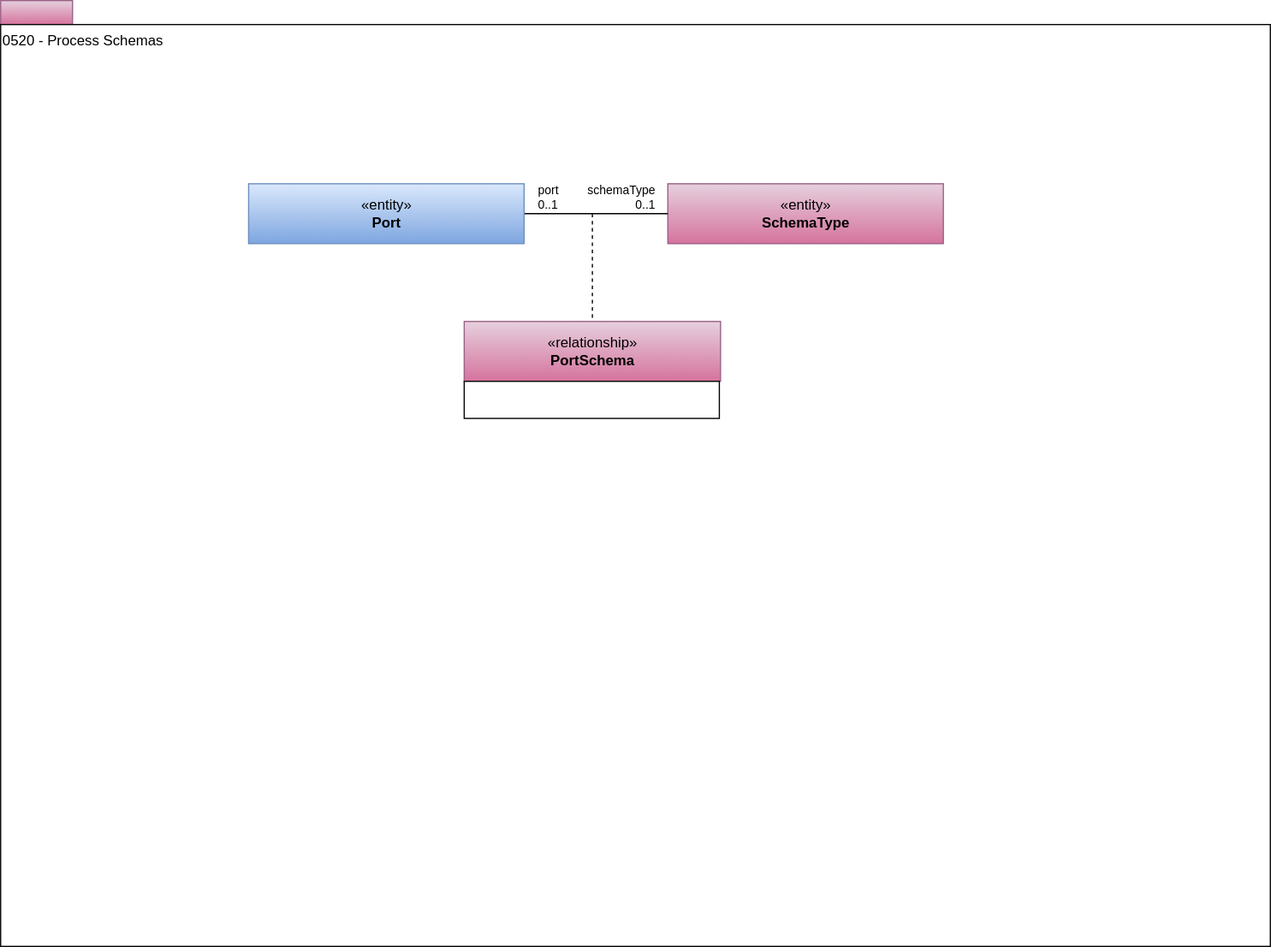
The draw.io diagram site/docs/types/5/0520-Process-Schemas.svg in odpi/egeria-docs, before a commit. Source tidied: cells renumbered, new cells last; positions are measured from the earlier drawing's top-left corner, leaving out a move shared by most shapes. Source of this version:
```xml
<mxGraphModel>
  <root>
    <mxCell id="0" />
    <mxCell id="1" parent="0" />
    <mxCell id="2" style="rounded=0;whiteSpace=wrap;html=1;align=left;fillColor=#e6d0de;strokeColor=#996185;gradientColor=#d5739d;" parent="1" vertex="1">
      <mxGeometry width="60" height="20" as="geometry" />
    </mxCell>
    <mxCell id="3" value="0520 - Process Schemas" style="rounded=0;whiteSpace=wrap;html=1;align=left;verticalAlign=top;" parent="1" vertex="1">
      <mxGeometry y="20" width="1060" height="770" as="geometry" />
    </mxCell>
    <mxCell id="4" value="«entity»&lt;br&gt;&lt;b&gt;SchemaType&lt;/b&gt;" style="html=1;strokeColor=#996185;align=center;fillColor=#e6d0de;gradientColor=#d5739d;" parent="1" vertex="1">
      <mxGeometry x="557" y="153" width="230" height="50" as="geometry" />
    </mxCell>
    <mxCell id="5" value="«relationship»&lt;br&gt;&lt;b&gt;PortSchema&lt;/b&gt;" style="html=1;strokeColor=#996185;align=center;fillColor=#e6d0de;gradientColor=#d5739d;" parent="1" vertex="1">
      <mxGeometry x="387" y="268" width="214" height="50" as="geometry" />
    </mxCell>
    <mxCell id="6" style="endArrow=none;dashed=1;html=1;entryX=0.5;entryY=0;entryDx=0;entryDy=0;" parent="1" edge="1" target="5">
      <mxGeometry relative="1" as="geometry">
        <mxPoint x="494" y="178" as="sourcePoint" />
      </mxGeometry>
    </mxCell>
    <mxCell id="7" value="&lt;div style=&quot;text-align: left&quot;&gt;&lt;br&gt;&lt;/div&gt;" style="rounded=0;whiteSpace=wrap;html=1;strokeColor=#000000;gradientColor=#ffffff;align=left;" parent="1" vertex="1">
      <mxGeometry x="387" y="318" width="213" height="31" as="geometry" />
    </mxCell>
    <mxCell id="8" style="endArrow=none;html=1;edgeStyle=orthogonalEdgeStyle;exitX=1;exitY=0.5;exitDx=0;exitDy=0;entryX=0;entryY=0.5;entryDx=0;entryDy=0;" parent="1" edge="1" source="11" target="4">
      <mxGeometry relative="1" as="geometry" />
    </mxCell>
    <mxCell id="9" value="port&lt;br&gt;0..1" style="html=1;align=left;verticalAlign=bottom;labelBackgroundColor=#ffffff;fontSize=10;" parent="8" vertex="1">
      <mxGeometry x="-1" relative="1" as="geometry">
        <mxPoint x="10" as="offset" />
      </mxGeometry>
    </mxCell>
    <mxCell id="10" value="schemaType&lt;br&gt;0..1" style="html=1;align=right;verticalAlign=bottom;labelBackgroundColor=#ffffff;fontSize=10;" parent="8" vertex="1">
      <mxGeometry x="1" relative="1" as="geometry">
        <mxPoint x="-10" as="offset" />
      </mxGeometry>
    </mxCell>
    <mxCell id="11" value="«entity»&lt;br&gt;&lt;b&gt;Port&lt;/b&gt;" style="html=1;strokeColor=#6c8ebf;align=center;fillColor=#dae8fc;gradientColor=#7ea6e0;" parent="1" vertex="1">
      <mxGeometry x="207" y="153" width="230" height="50" as="geometry" />
    </mxCell>
  </root>
</mxGraphModel>
```
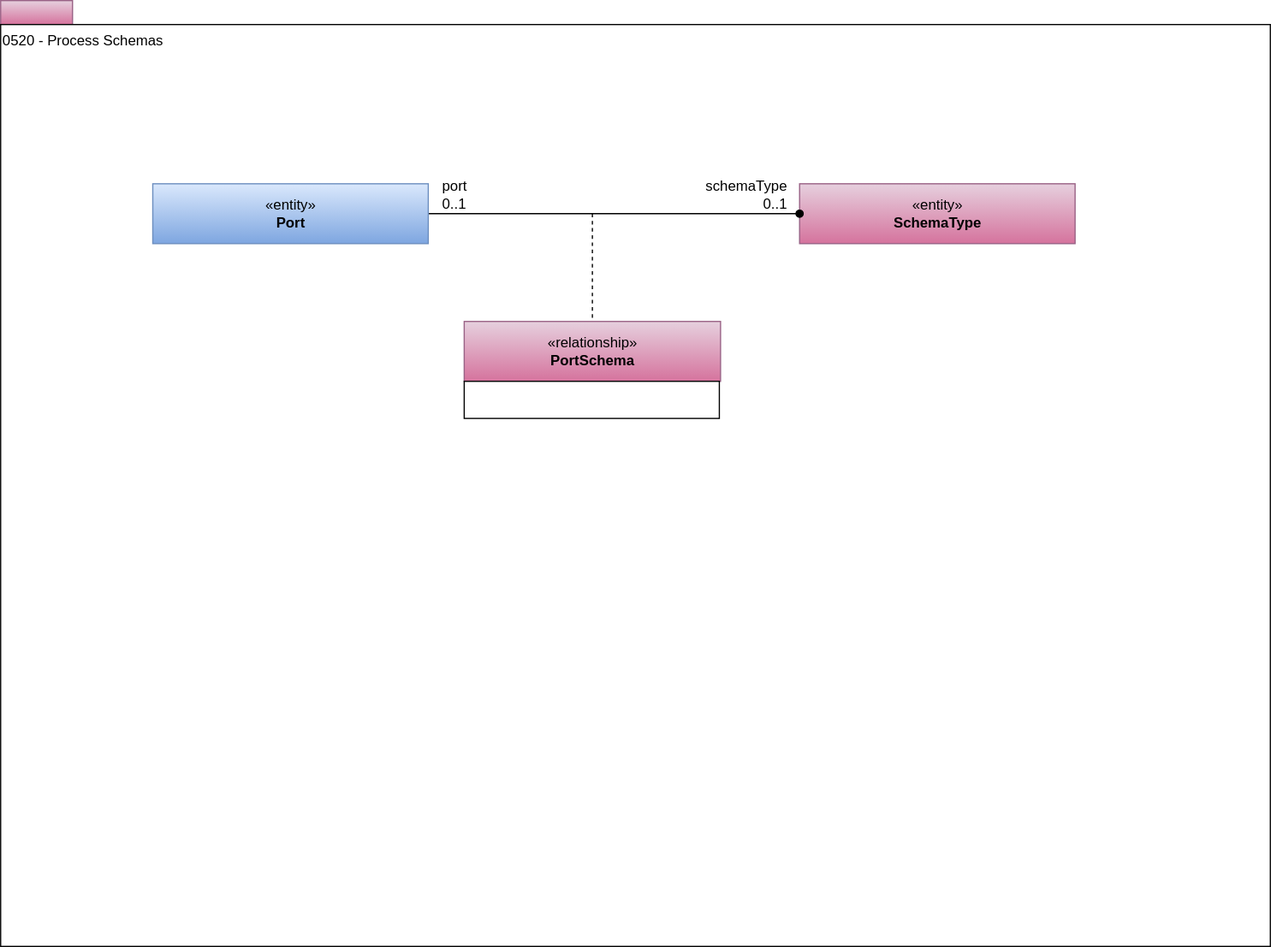
Later version of the same file.

What changed in the source:
```diff
@@ -9,7 +9,7 @@
       <mxGeometry y="20" width="1060" height="770" as="geometry" />
     </mxCell>
     <mxCell id="4" value="«entity»&lt;br&gt;&lt;b&gt;SchemaType&lt;/b&gt;" style="html=1;strokeColor=#996185;align=center;fillColor=#e6d0de;gradientColor=#d5739d;" parent="1" vertex="1">
-      <mxGeometry x="557" y="153" width="230" height="50" as="geometry" />
+      <mxGeometry x="667" y="153" width="230" height="50" as="geometry" />
     </mxCell>
     <mxCell id="5" value="«relationship»&lt;br&gt;&lt;b&gt;PortSchema&lt;/b&gt;" style="html=1;strokeColor=#996185;align=center;fillColor=#e6d0de;gradientColor=#d5739d;" parent="1" vertex="1">
       <mxGeometry x="387" y="268" width="214" height="50" as="geometry" />
@@ -22,21 +22,21 @@
     <mxCell id="7" value="&lt;div style=&quot;text-align: left&quot;&gt;&lt;br&gt;&lt;/div&gt;" style="rounded=0;whiteSpace=wrap;html=1;strokeColor=#000000;gradientColor=#ffffff;align=left;" parent="1" vertex="1">
       <mxGeometry x="387" y="318" width="213" height="31" as="geometry" />
     </mxCell>
-    <mxCell id="8" style="endArrow=none;html=1;edgeStyle=orthogonalEdgeStyle;exitX=1;exitY=0.5;exitDx=0;exitDy=0;entryX=0;entryY=0.5;entryDx=0;entryDy=0;" parent="1" edge="1" source="11" target="4">
+    <mxCell id="8" style="endArrow=oval;html=1;edgeStyle=orthogonalEdgeStyle;exitX=1;exitY=0.5;exitDx=0;exitDy=0;entryX=0;entryY=0.5;entryDx=0;entryDy=0;endFill=1;fontSize=12;" parent="1" edge="1" source="11" target="4">
       <mxGeometry relative="1" as="geometry" />
     </mxCell>
-    <mxCell id="9" value="port&lt;br&gt;0..1" style="html=1;align=left;verticalAlign=bottom;labelBackgroundColor=#ffffff;fontSize=10;" parent="8" vertex="1">
+    <mxCell id="9" value="port&lt;br style=&quot;font-size: 12px;&quot;&gt;0..1" style="html=1;align=left;verticalAlign=bottom;labelBackgroundColor=#ffffff;fontSize=12;" parent="8" vertex="1">
       <mxGeometry x="-1" relative="1" as="geometry">
         <mxPoint x="10" as="offset" />
       </mxGeometry>
     </mxCell>
-    <mxCell id="10" value="schemaType&lt;br&gt;0..1" style="html=1;align=right;verticalAlign=bottom;labelBackgroundColor=#ffffff;fontSize=10;" parent="8" vertex="1">
+    <mxCell id="10" value="schemaType&lt;br style=&quot;font-size: 12px;&quot;&gt;0..1" style="html=1;align=right;verticalAlign=bottom;labelBackgroundColor=#ffffff;fontSize=12;" parent="8" vertex="1">
       <mxGeometry x="1" relative="1" as="geometry">
         <mxPoint x="-10" as="offset" />
       </mxGeometry>
     </mxCell>
     <mxCell id="11" value="«entity»&lt;br&gt;&lt;b&gt;Port&lt;/b&gt;" style="html=1;strokeColor=#6c8ebf;align=center;fillColor=#dae8fc;gradientColor=#7ea6e0;" parent="1" vertex="1">
-      <mxGeometry x="207" y="153" width="230" height="50" as="geometry" />
+      <mxGeometry x="127" y="153" width="230" height="50" as="geometry" />
     </mxCell>
   </root>
 </mxGraphModel>
```
